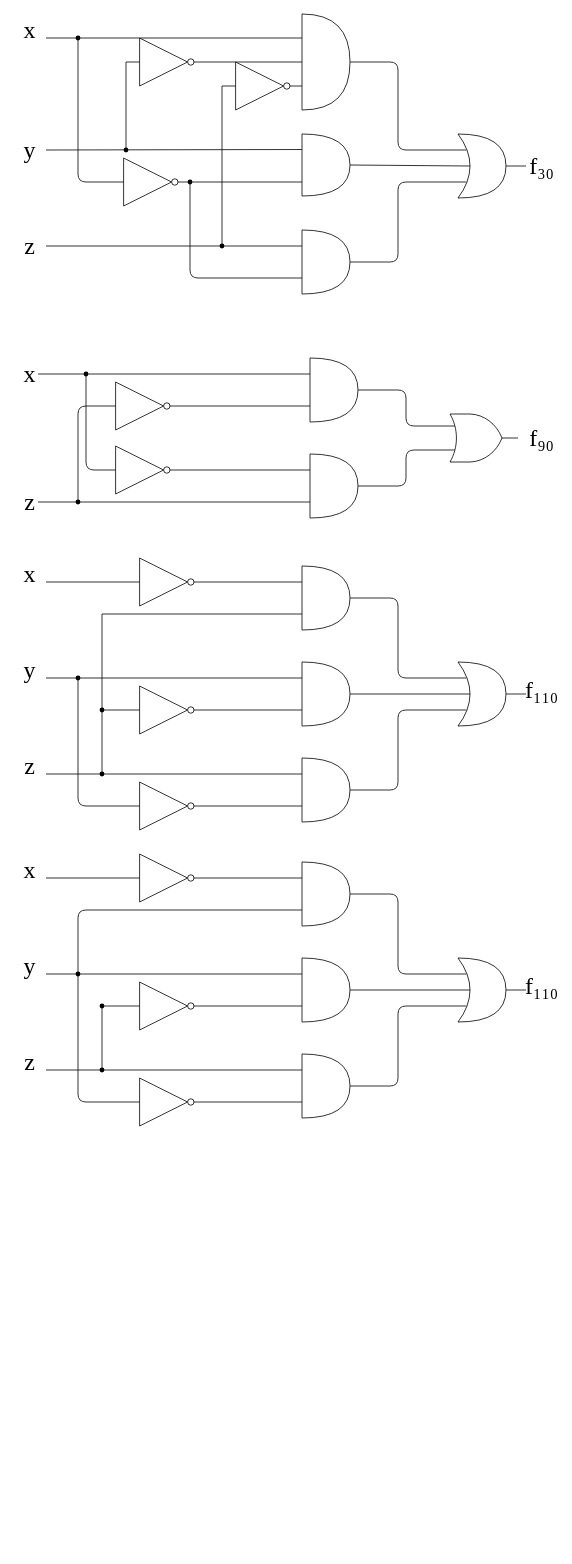
Above: L演習2.drawio in PoriPoriPori/Pori (draw.io), before the change. Source tidied: cells renumbered, new cells numbered last; positions are measured from the earlier drawing's top-left corner, leaving out a move shared by most shapes. Both pictures are drawn from the tidied source at 80%, with x=0, y=0 at pixel (14, 14).
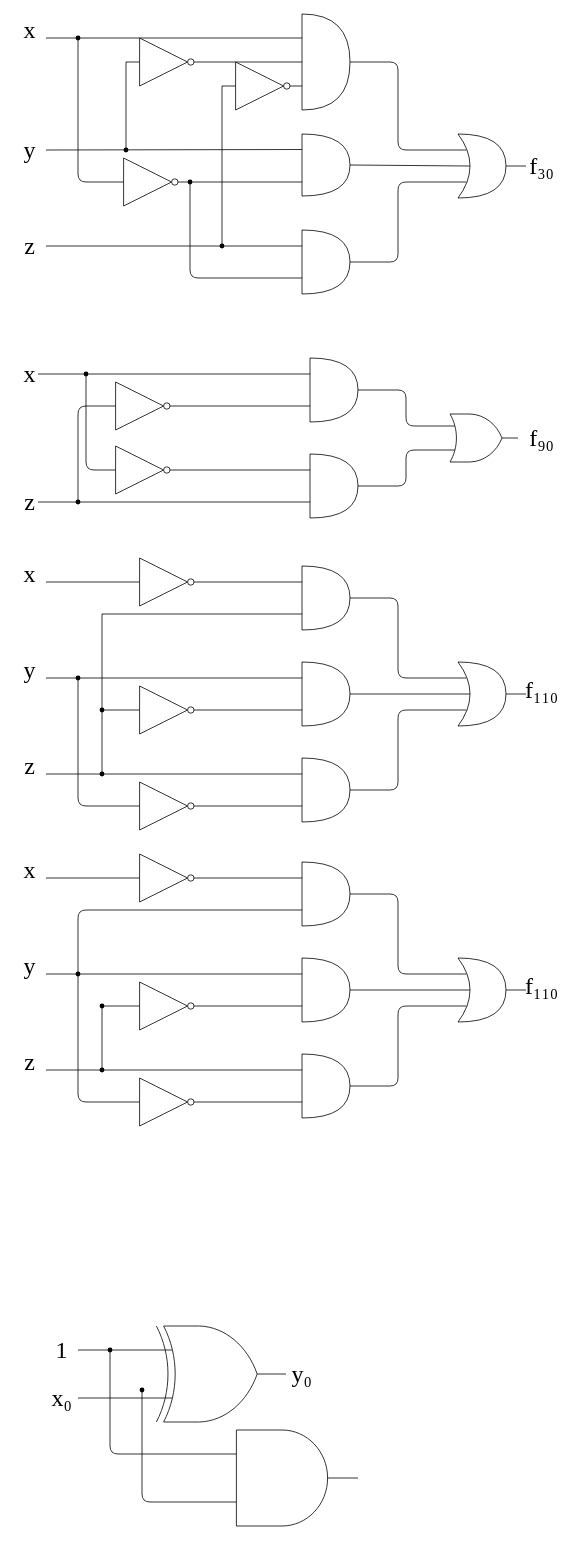
The same diagram, later.

The edit, as a diff of the source:
```diff
@@
+    <mxCell id="118" value="&lt;font style=&quot;font-size: 30px&quot; face=&quot;Times New Roman&quot;&gt;x₀&lt;/font&gt;" style="text;html=1;strokeColor=none;fillColor=none;align=center;verticalAlign=middle;whiteSpace=wrap;rounded=0;shadow=0;sketch=0;" parent="1" vertex="1">
+      <mxGeometry x="40" y="1720" width="40" height="20" as="geometry" />
+    </mxCell>
+    <mxCell id="119" value="&lt;font style=&quot;font-size: 30px&quot; face=&quot;Times New Roman&quot;&gt;1&lt;/font&gt;" style="text;html=1;strokeColor=none;fillColor=none;align=center;verticalAlign=middle;whiteSpace=wrap;rounded=0;shadow=0;sketch=0;" parent="1" vertex="1">
+      <mxGeometry x="40" y="1660" width="40" height="20" as="geometry" />
+    </mxCell>
+    <mxCell id="120" style="endArrow=none;html=1;entryX=0;entryY=0.75;entryDx=0;entryDy=0;entryPerimeter=0;exitX=1;exitY=0.5;exitDx=0;exitDy=0;" parent="1" edge="1" source="118" target="125">
+      <mxGeometry relative="1" as="geometry" />
+    </mxCell>
+    <mxCell id="121" style="endArrow=none;html=1;exitX=1;exitY=0.5;exitDx=0;exitDy=0;entryDx=0;entryDy=0;entryPerimeter=0;" parent="1" edge="1" source="119" target="123">
+      <mxGeometry relative="1" as="geometry" />
+    </mxCell>
+    <mxCell id="122" style="group;" parent="1" vertex="1">
+      <mxGeometry x="100" y="1640" width="330" height="280" as="geometry" />
+    </mxCell>
+    <mxCell id="123" style="shape=waypoint;sketch=0;fillStyle=solid;size=6;points=[];fillColor=none;perimeter=centerPerimeter;snapToPoint=1;" parent="122" vertex="1">
+      <mxGeometry y="10" width="40" height="40" as="geometry" />
+    </mxCell>
+    <mxCell id="124" style="group;" parent="122" vertex="1">
+      <mxGeometry x="20" width="310" height="280" as="geometry" />
+    </mxCell>
+    <mxCell id="125" style="verticalLabelPosition=bottom;shadow=0;dashed=0;align=center;html=1;verticalAlign=top;shape=mxgraph.electrical.logic_gates.logic_gate;operation=xor;" parent="124" vertex="1">
+      <mxGeometry x="40" width="180" height="120" as="geometry" />
+    </mxCell>
+    <mxCell id="126" value="&lt;font style=&quot;font-size: 30px&quot; face=&quot;Times New Roman&quot;&gt;y₀&lt;/font&gt;" style="text;html=1;strokeColor=none;fillColor=none;align=center;verticalAlign=middle;whiteSpace=wrap;rounded=0;shadow=0;sketch=0;" parent="124" vertex="1">
+      <mxGeometry x="220" y="50" width="40" height="20" as="geometry" />
+    </mxCell>
+    <mxCell id="127" style="verticalLabelPosition=bottom;shadow=0;dashed=0;align=center;html=1;verticalAlign=top;shape=mxgraph.electrical.logic_gates.logic_gate;operation=and;" parent="124" vertex="1">
+      <mxGeometry x="120" y="130" width="190" height="120" as="geometry" />
+    </mxCell>
+    <mxCell id="128" style="shape=waypoint;sketch=0;fillStyle=solid;size=6;points=[];fillColor=none;perimeter=centerPerimeter;snapToPoint=1;" parent="124" vertex="1">
+      <mxGeometry x="20" y="60" width="40" height="40" as="geometry" />
+    </mxCell>
+    <mxCell id="129" style="endArrow=none;html=1;exitX=0;exitY=0.75;exitDx=0;exitDy=0;exitPerimeter=0;entryX=0.475;entryY=0.65;entryDx=0;entryDy=0;entryPerimeter=0;" parent="124" edge="1" source="127" target="128">
+      <mxGeometry relative="1" as="geometry">
+        <Array as="points">
+          <mxPoint x="40" y="220" />
+        </Array>
+      </mxGeometry>
+    </mxCell>
+    <mxCell id="130" style="endArrow=none;html=1;exitDx=0;exitDy=0;entryX=0;entryY=0.25;entryDx=0;entryDy=0;entryPerimeter=0;startArrow=none;" parent="122" edge="1" source="123" target="125">
+      <mxGeometry relative="1" as="geometry" />
+    </mxCell>
+    <mxCell id="131" style="endArrow=none;html=1;exitX=0;exitY=0.25;exitDx=0;exitDy=0;exitPerimeter=0;entryX=0.475;entryY=0.65;entryDx=0;entryDy=0;entryPerimeter=0;" parent="122" edge="1" source="127" target="123">
+      <mxGeometry relative="1" as="geometry">
+        <Array as="points">
+          <mxPoint x="20" y="160" />
+        </Array>
+      </mxGeometry>
+    </mxCell>
```
